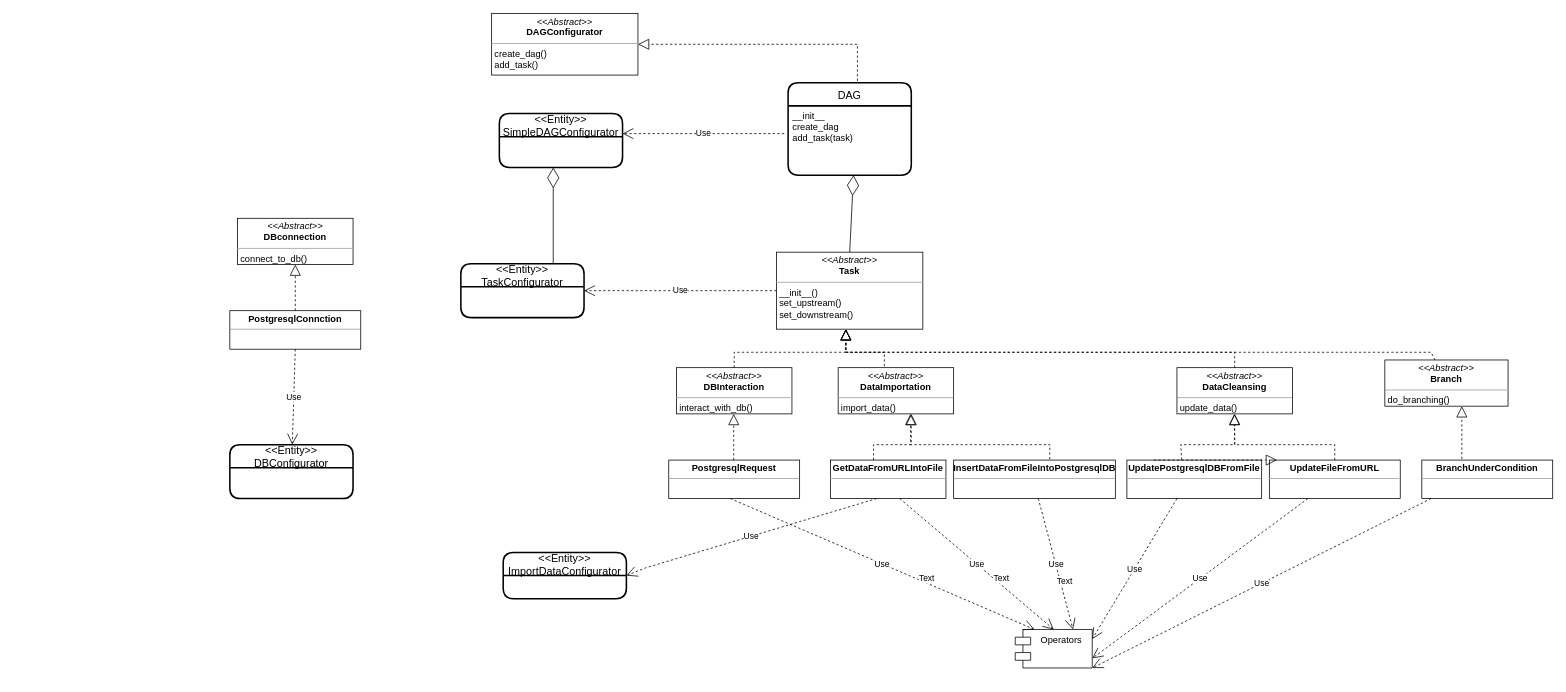
This is fastapi class diag.drawio from KadriR-hash/test-airflow, a draw.io file, before an edit. Source tidied: cells renumbered, new cells numbered last; positions are measured from the earlier drawing's top-left corner, leaving out a move shared by most shapes. Both pictures are drawn from the tidied source at 77%, with x=0, y=0 at pixel (229, 13).
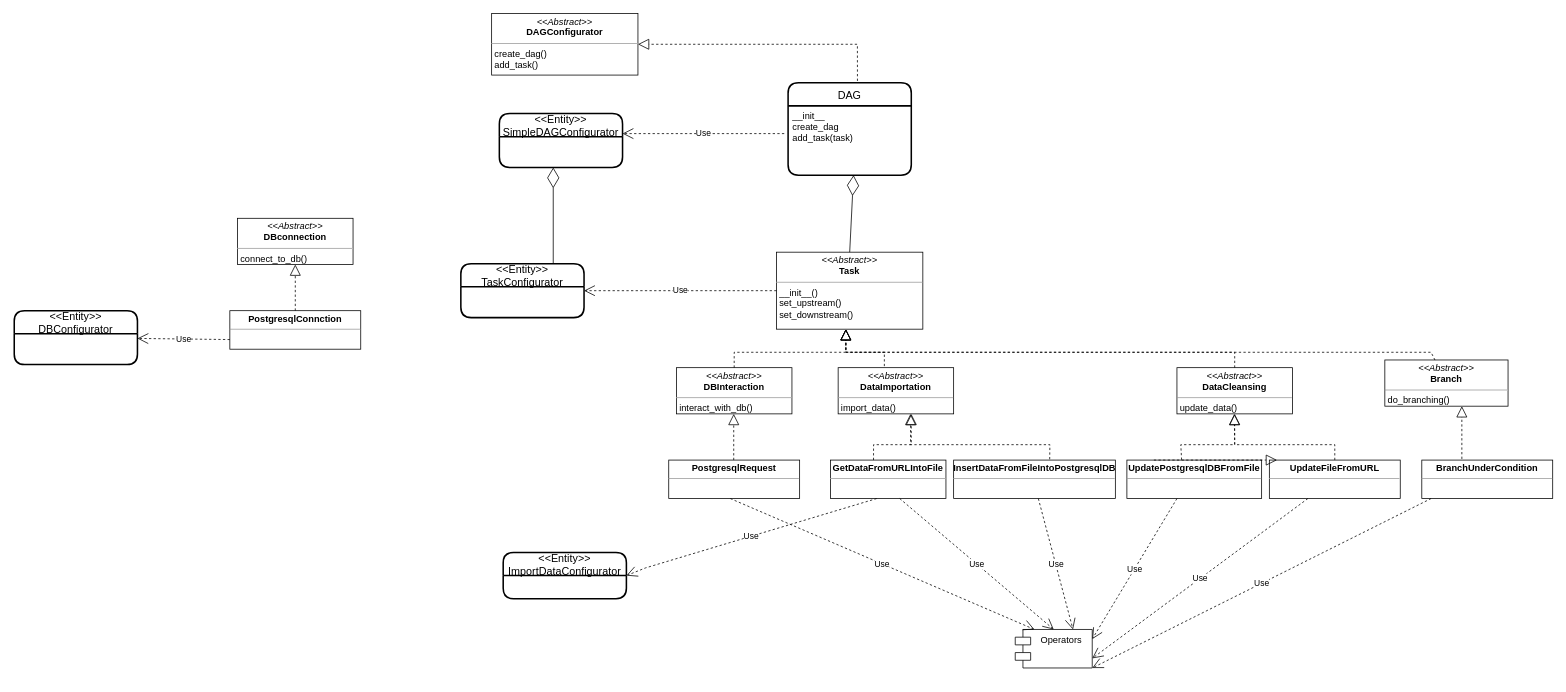
Above is the later version.

The change refers to these unchanged cells:
```xml
<mxCell id="10" value="&lt;p style=&quot;margin:0px;margin-top:4px;text-align:center;&quot;&gt;&lt;b&gt;PostgresqlConnction&lt;/b&gt;&lt;/p&gt;&lt;hr size=&quot;1&quot;&gt;&lt;p style=&quot;margin:0px;margin-left:4px;&quot;&gt;&lt;/p&gt;&lt;p style=&quot;margin:0px;margin-left:4px;&quot;&gt;&lt;br&gt;&lt;/p&gt;" style="verticalAlign=top;align=left;overflow=fill;fontSize=12;fontFamily=Helvetica;html=1;" parent="1" vertex="1">
  <mxGeometry y="386" width="170" height="50" as="geometry" />
</mxCell>
<mxCell id="42" value="Use" style="endArrow=open;endSize=12;dashed=1;html=1;rounded=0;entryX=0.25;entryY=0;entryDx=0;entryDy=0;" parent="1" edge="1" target="41">
  <mxGeometry relative="1" as="geometry">
    <mxPoint x="650" y="630" as="sourcePoint" />
  </mxGeometry>
</mxCell>
<mxCell id="44" value="Use" style="endArrow=open;endSize=12;dashed=1;html=1;rounded=0;entryX=0.5;entryY=0;entryDx=0;entryDy=0;" parent="1" edge="1" target="41">
  <mxGeometry relative="1" as="geometry">
    <mxPoint x="870" y="630" as="sourcePoint" />
  </mxGeometry>
</mxCell>
<mxCell id="46" value="Use" style="endArrow=open;endSize=12;dashed=1;html=1;rounded=0;entryX=0.75;entryY=0;entryDx=0;entryDy=0;" parent="1" edge="1" target="41">
  <mxGeometry relative="1" as="geometry">
    <mxPoint x="1050" y="630" as="sourcePoint" />
  </mxGeometry>
</mxCell>
```

Diff of the diagram source:
```diff
@@
-    <mxCell id="32" value="Use" style="endArrow=open;endSize=12;dashed=1;html=1;rounded=0;exitX=0.5;exitY=1;exitDx=0;exitDy=0;" parent="1" edge="1" source="10" target="33">
+    <mxCell id="32" value="Use" style="endArrow=open;endSize=12;dashed=1;html=1;rounded=0;exitX=0;exitY=0.75;exitDx=0;exitDy=0;" parent="1" edge="1" source="10" target="33">
       <mxGeometry relative="1" as="geometry" />
     </mxCell>
     <mxCell id="33" value="&lt;&lt;Entity&gt;&gt;&#10;DBConfigurator" style="swimlane;horizontal=1;startSize=30;rounded=1;fontSize=14;fontStyle=0;strokeWidth=2;shadow=0;dashed=0;align=center;" parent="1" vertex="1">
-      <mxGeometry y="560" width="160" height="70" as="geometry" />
+      <mxGeometry x="-280" y="386" width="160" height="70" as="geometry" />
     </mxCell>
@@
-    <mxCell id="43" value="Text" style="edgeLabel;html=1;align=center;verticalAlign=middle;" parent="42" vertex="1">
-      <mxGeometry x="0.28" y="5" relative="1" as="geometry">
-        <mxPoint y="-1" as="offset" />
-      </mxGeometry>
-    </mxCell>
@@
-    <mxCell id="45" value="Text" style="edgeLabel;html=1;align=center;verticalAlign=middle;" parent="44" vertex="1">
-      <mxGeometry x="0.28" y="5" relative="1" as="geometry">
-        <mxPoint y="-1" as="offset" />
-      </mxGeometry>
-    </mxCell>
@@
-    <mxCell id="47" value="Text" style="edgeLabel;html=1;align=center;verticalAlign=middle;" parent="46" vertex="1">
-      <mxGeometry x="0.28" y="5" relative="1" as="geometry">
-        <mxPoint y="-1" as="offset" />
-      </mxGeometry>
-    </mxCell>
```
